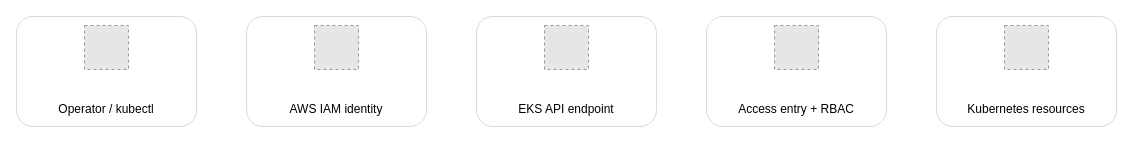
toannd021104/eks-defense-in-depth-workshop keeps this draw.io diagram as workshop/static/images/human-access.drawio. Above is the earlier version. Source tidied: cells renumbered, new cells numbered last; positions are measured from the earlier drawing's top-left corner, leaving out a move shared by most shapes. Both pictures are drawn from the tidied source at 100%, with x=0, y=0 at pixel (16, 16). Pictures stored in the file or linked from it are replaced by grey dashed boxes.
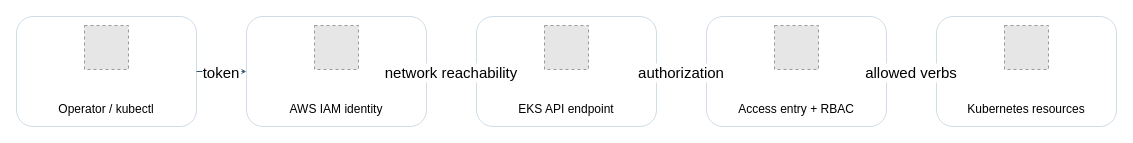
Above is the later version.

The edit, as a diff of the source:
```diff
@@
-<mxGraphModel>
+<mxGraphModel background="#ffffff">
   <root>
     <mxCell id="0" />
     <mxCell id="1" parent="0" />
     <mxCell id="2" value="Operator / kubectl" style="rounded=1;fillColor=#ffffff;strokeColor=#d0dce6;verticalAlign=bottom;spacingBottom=8;" parent="1" vertex="1">
       <mxGeometry width="180" height="110" as="geometry" />
     </mxCell>
     <mxCell id="3" value="AWS IAM identity" style="rounded=1;fillColor=#ffffff;strokeColor=#d0dce6;verticalAlign=bottom;spacingBottom=8;" parent="1" vertex="1">
       <mxGeometry x="230" width="180" height="110" as="geometry" />
     </mxCell>
     <mxCell id="4" value="EKS API endpoint" style="rounded=1;fillColor=#ffffff;strokeColor=#d0dce6;verticalAlign=bottom;spacingBottom=8;" parent="1" vertex="1">
       <mxGeometry x="460" width="180" height="110" as="geometry" />
     </mxCell>
     <mxCell id="5" value="Access entry + RBAC" style="rounded=1;fillColor=#ffffff;strokeColor=#d0dce6;verticalAlign=bottom;spacingBottom=8;" parent="1" vertex="1">
       <mxGeometry x="690" width="180" height="110" as="geometry" />
     </mxCell>
     <mxCell id="6" value="Kubernetes resources" style="rounded=1;fillColor=#ffffff;strokeColor=#d0dce6;verticalAlign=bottom;spacingBottom=8;" parent="1" vertex="1">
       <mxGeometry x="920" width="180" height="110" as="geometry" />
     </mxCell>
     <mxCell id="7" style="fillColor=#E6E6E6;strokeColor=#999999;dashed=1;" parent="1" vertex="1">
       <mxGeometry x="68" y="9" width="44" height="44" as="geometry" />
     </mxCell>
     <mxCell id="8" style="fillColor=#E6E6E6;strokeColor=#999999;dashed=1;" parent="1" vertex="1">
       <mxGeometry x="298" y="9" width="44" height="44" as="geometry" />
     </mxCell>
     <mxCell id="9" style="fillColor=#E6E6E6;strokeColor=#999999;dashed=1;" parent="1" vertex="1">
       <mxGeometry x="528" y="9" width="44" height="44" as="geometry" />
     </mxCell>
     <mxCell id="10" style="fillColor=#E6E6E6;strokeColor=#999999;dashed=1;" parent="1" vertex="1">
       <mxGeometry x="758" y="9" width="44" height="44" as="geometry" />
     </mxCell>
     <mxCell id="11" style="fillColor=#E6E6E6;strokeColor=#999999;dashed=1;" parent="1" vertex="1">
       <mxGeometry x="988" y="9" width="44" height="44" as="geometry" />
     </mxCell>
-    <mxCell id="12" value="token" style="edgeStyle=orthogonalEdgeStyle;endArrow=open;strokeColor=#315675;" parent="1" edge="1">
+    <mxCell id="12" value="token" style="edgeStyle=orthogonalEdgeStyle;endArrow=open;fontSize=15;strokeColor=#315675;exitX=1.0;exitY=0.5;exitPerimeter=0;entryX=0.0;entryY=0.5;entryPerimeter=0;" parent="1" edge="1" source="2" target="3">
       <mxGeometry relative="1" as="geometry" />
     </mxCell>
-    <mxCell id="13" value="network reachability" style="edgeStyle=orthogonalEdgeStyle;endArrow=open;strokeColor=#315675;" parent="1" edge="1">
+    <mxCell id="13" value="network reachability" style="edgeStyle=orthogonalEdgeStyle;endArrow=open;fontSize=15;strokeColor=#315675;exitX=1.0;exitY=0.5;exitPerimeter=0;entryX=0.0;entryY=0.5;entryPerimeter=0;" parent="1" edge="1" source="3" target="4">
       <mxGeometry relative="1" as="geometry" />
     </mxCell>
-    <mxCell id="14" value="authorization" style="edgeStyle=orthogonalEdgeStyle;endArrow=open;strokeColor=#315675;" parent="1" edge="1">
+    <mxCell id="14" value="authorization" style="edgeStyle=orthogonalEdgeStyle;endArrow=open;fontSize=15;strokeColor=#315675;exitX=1.0;exitY=0.5;exitPerimeter=0;entryX=0.0;entryY=0.5;entryPerimeter=0;" parent="1" edge="1" source="4" target="5">
       <mxGeometry relative="1" as="geometry" />
     </mxCell>
-    <mxCell id="15" value="allowed verbs" style="edgeStyle=orthogonalEdgeStyle;endArrow=open;strokeColor=#315675;" parent="1" edge="1">
+    <mxCell id="15" value="allowed verbs" style="edgeStyle=orthogonalEdgeStyle;endArrow=open;fontSize=15;strokeColor=#315675;exitX=1.0;exitY=0.5;exitPerimeter=0;entryX=0.0;entryY=0.5;entryPerimeter=0;" parent="1" edge="1" source="5" target="6">
       <mxGeometry relative="1" as="geometry" />
     </mxCell>
   </root>
 </mxGraphModel>
```
